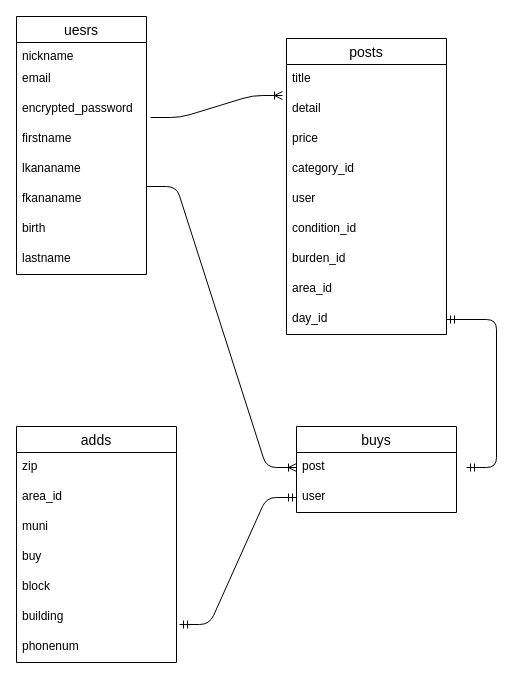
This is ER.dio from Kohei1204/furima-34284, a draw.io file, before an edit. Source tidied: cells renumbered, new cells numbered last; positions are measured from the earlier drawing's top-left corner, leaving out a move shared by most shapes. Both pictures are drawn from the tidied source at 100%, with x=0, y=0 at pixel (16, 16).
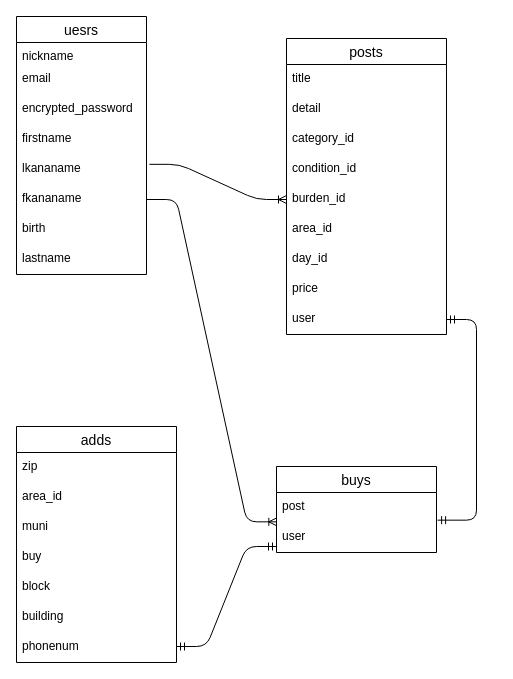
Above is the later version.

Commit message:
er図のエラーの修正

Unchanged cells that the change refers to:
```xml
<mxCell id="5" value="encrypted_password" style="text;strokeColor=none;fillColor=none;spacingLeft=4;spacingRight=4;overflow=hidden;points=[[0,0.5],[1,0.5]];portConstraint=eastwest;fontSize=12;" parent="2" vertex="1">
  <mxGeometry y="78" width="130" height="30" as="geometry" />
</mxCell>
<mxCell id="7" value="lkananame" style="text;strokeColor=none;fillColor=none;spacingLeft=4;spacingRight=4;overflow=hidden;points=[[0,0.5],[1,0.5]];portConstraint=eastwest;fontSize=12;align=left;verticalAlign=top;" parent="2" vertex="1">
  <mxGeometry y="138" width="130" height="30" as="geometry" />
</mxCell>
<mxCell id="8" value="fkananame" style="text;strokeColor=none;fillColor=none;spacingLeft=4;spacingRight=4;overflow=hidden;points=[[0,0.5],[1,0.5]];portConstraint=eastwest;fontSize=12;align=left;verticalAlign=top;" parent="2" vertex="1">
  <mxGeometry y="168" width="130" height="30" as="geometry" />
</mxCell>
<mxCell id="17" value="building" style="text;strokeColor=none;fillColor=none;spacingLeft=4;spacingRight=4;overflow=hidden;points=[[0,0.5],[1,0.5]];portConstraint=eastwest;fontSize=12;align=left;verticalAlign=top;" parent="11" vertex="1">
  <mxGeometry y="176" width="160" height="30" as="geometry" />
</mxCell>
<mxCell id="19" value="posts" style="swimlane;fontStyle=0;horizontal=1;startSize=26;align=center;fontSize=14;" parent="1" vertex="1">
  <mxGeometry x="270" y="22" width="160" height="296" as="geometry" />
</mxCell>
<mxCell id="21" value="detail" style="text;strokeColor=none;fillColor=none;spacingLeft=4;spacingRight=4;overflow=hidden;points=[[0,0.5],[1,0.5]];portConstraint=eastwest;fontSize=12;" parent="19" vertex="1">
  <mxGeometry y="56" width="160" height="30" as="geometry" />
</mxCell>
<mxCell id="33" value="post" style="text;strokeColor=none;fillColor=none;spacingLeft=4;spacingRight=4;overflow=hidden;points=[[0,0.5],[1,0.5]];portConstraint=eastwest;fontSize=12;" parent="32" vertex="1">
  <mxGeometry y="26" width="160" height="30" as="geometry" />
</mxCell>
<mxCell id="34" value="user" style="text;strokeColor=none;fillColor=none;spacingLeft=4;spacingRight=4;overflow=hidden;points=[[0,0.5],[1,0.5]];portConstraint=eastwest;fontSize=12;" parent="32" vertex="1">
  <mxGeometry y="56" width="160" height="30" as="geometry" />
</mxCell>
```

What changed in the source:
```diff
@@
-    <mxCell id="22" value="price" style="text;strokeColor=none;fillColor=none;spacingLeft=4;spacingRight=4;overflow=hidden;fontSize=12;align=left;verticalAlign=top;" parent="19" vertex="1">
-      <mxGeometry y="86" width="160" height="30" as="geometry" />
-    </mxCell>
     <mxCell id="23" value="category_id" style="text;strokeColor=none;fillColor=none;spacingLeft=4;spacingRight=4;overflow=hidden;fontSize=12;align=left;verticalAlign=top;" parent="19" vertex="1">
-      <mxGeometry y="116" width="160" height="30" as="geometry" />
+      <mxGeometry y="86" width="160" height="30" as="geometry" />
     </mxCell>
-    <mxCell id="24" value="user" style="text;strokeColor=none;fillColor=none;spacingLeft=4;spacingRight=4;overflow=hidden;points=[[0,0.5],[1,0.5]];portConstraint=eastwest;fontSize=12;rounded=0;align=left;verticalAlign=top;" parent="19" vertex="1">
-      <mxGeometry y="146" width="160" height="30" as="geometry" />
-    </mxCell>
-    <mxCell id="25" value="condition_id" style="text;strokeColor=none;fillColor=none;spacingLeft=4;spacingRight=4;overflow=hidden;fontSize=12;align=left;verticalAlign=top;" parent="19" vertex="1">
-      <mxGeometry y="176" width="160" height="30" as="geometry" />
+    <mxCell id="25" value="condition_id" style="text;strokeColor=none;fillColor=none;spacingLeft=4;spacingRight=4;overflow=hidden;fontSize=12;align=left;verticalAlign=top;rounded=0;" parent="19" vertex="1">
+      <mxGeometry y="116" width="160" height="30" as="geometry" />
     </mxCell>
-    <mxCell id="26" value="burden_id" style="text;strokeColor=none;fillColor=none;spacingLeft=4;spacingRight=4;overflow=hidden;points=[[0,0.5],[1,0.5]];portConstraint=eastwest;fontSize=12;align=left;verticalAlign=top;" parent="19" vertex="1">
-      <mxGeometry y="206" width="160" height="30" as="geometry" />
+    <mxCell id="26" value="burden_id" style="text;strokeColor=none;fillColor=none;spacingLeft=4;spacingRight=4;overflow=hidden;points=[[0,0.5],[1,0.5]];portConstraint=eastwest;fontSize=12;rounded=0;align=left;verticalAlign=top;" parent="19" vertex="1">
+      <mxGeometry y="146" width="160" height="30" as="geometry" />
     </mxCell>
-    <mxCell id="27" value="area_id" style="text;strokeColor=none;fillColor=none;spacingLeft=4;spacingRight=4;overflow=hidden;fontSize=12;align=left;verticalAlign=top;" parent="19" vertex="1">
-      <mxGeometry y="236" width="160" height="30" as="geometry" />
+    <mxCell id="27" value="area_id" style="text;strokeColor=none;fillColor=none;spacingLeft=4;spacingRight=4;overflow=hidden;fontSize=12;rounded=0;align=left;verticalAlign=top;" parent="19" vertex="1">
+      <mxGeometry y="176" width="160" height="30" as="geometry" />
     </mxCell>
-    <mxCell id="28" value="day_id" style="text;strokeColor=none;fillColor=none;spacingLeft=4;spacingRight=4;overflow=hidden;points=[[0,0.5],[1,0.5]];portConstraint=eastwest;fontSize=12;align=left;verticalAlign=top;" parent="19" vertex="1">
-      <mxGeometry y="266" width="160" height="30" as="geometry" />
+    <mxCell id="28" value="day_id" style="text;strokeColor=none;fillColor=none;spacingLeft=4;spacingRight=4;overflow=hidden;points=[[0,0.5],[1,0.5]];portConstraint=eastwest;fontSize=12;rounded=0;align=left;verticalAlign=top;" parent="19" vertex="1">
+      <mxGeometry y="206" width="160" height="30" as="geometry" />
     </mxCell>
-    <mxCell id="29" style="edgeStyle=entityRelationEdgeStyle;fontSize=12;html=1;endArrow=ERmandOne;startArrow=ERmandOne;" parent="1" edge="1" target="28">
-      <mxGeometry relative="1" as="geometry">
-        <mxPoint x="450" y="451" as="sourcePoint" />
-      </mxGeometry>
-    </mxCell>
-    <mxCell id="30" style="edgeStyle=entityRelationEdgeStyle;fontSize=12;html=1;endArrow=ERoneToMany;entryX=-0.025;entryY=0.033;entryDx=0;entryDy=0;entryPerimeter=0;exitX=1.031;exitY=0.767;exitDx=0;exitDy=0;exitPerimeter=0;" parent="1" edge="1" source="5" target="21">
-      <mxGeometry relative="1" as="geometry" />
-    </mxCell>
-    <mxCell id="31" style="edgeStyle=entityRelationEdgeStyle;fontSize=12;html=1;endArrow=ERmandOne;startArrow=ERmandOne;entryX=0;entryY=0.5;entryDx=0;entryDy=0;exitX=1.019;exitY=0.733;exitDx=0;exitDy=0;exitPerimeter=0;" parent="1" edge="1" source="17" target="34">
-      <mxGeometry relative="1" as="geometry" />
-    </mxCell>
+    <mxCell id="22" value="price" style="text;strokeColor=none;fillColor=none;spacingLeft=4;spacingRight=4;overflow=hidden;fontSize=12;align=left;verticalAlign=top;" parent="19" vertex="1">
+      <mxGeometry y="236" width="160" height="30" as="geometry" />
+    </mxCell>
+    <mxCell id="24" value="user" style="text;strokeColor=none;fillColor=none;spacingLeft=4;spacingRight=4;overflow=hidden;points=[[0,0.5],[1,0.5]];portConstraint=eastwest;fontSize=12;rounded=0;align=left;verticalAlign=top;" parent="19" vertex="1">
+      <mxGeometry y="266" width="160" height="30" as="geometry" />
+    </mxCell>
-    <mxCell id="32" value="buys" style="swimlane;fontStyle=0;horizontal=1;startSize=26;align=center;fontSize=14;" parent="1" vertex="1">
-      <mxGeometry x="280" y="410" width="160" height="86" as="geometry" />
+    <mxCell id="32" value="buys" style="swimlane;fontStyle=0;horizontal=1;startSize=26;align=center;fontSize=14;rounded=0;" parent="1" vertex="1">
+      <mxGeometry x="260" y="450" width="160" height="86" as="geometry" />
     </mxCell>
@@
-    <mxCell id="35" style="edgeStyle=entityRelationEdgeStyle;fontSize=12;html=1;endArrow=ERoneToMany;entryX=0;entryY=0.5;entryDx=0;entryDy=0;" parent="1" edge="1" target="33">
-      <mxGeometry relative="1" as="geometry">
-        <mxPoint x="130" y="170" as="sourcePoint" />
-      </mxGeometry>
-    </mxCell>
+    <mxCell id="36" style="edgeStyle=entityRelationEdgeStyle;fontSize=12;html=1;endArrow=ERoneToMany;exitX=1;exitY=0.5;exitDx=0;exitDy=0;entryX=0.002;entryY=-0.022;entryDx=0;entryDy=0;entryPerimeter=0;" parent="1" edge="1" source="8" target="34">
+      <mxGeometry relative="1" as="geometry" />
+    </mxCell>
+    <mxCell id="37" style="edgeStyle=entityRelationEdgeStyle;fontSize=12;html=1;endArrow=ERmandOne;startArrow=ERmandOne;exitX=1.007;exitY=-0.078;exitDx=0;exitDy=0;exitPerimeter=0;" parent="1" edge="1" source="34" target="24">
+      <mxGeometry relative="1" as="geometry" />
+    </mxCell>
+    <mxCell id="38" style="edgeStyle=entityRelationEdgeStyle;fontSize=12;html=1;endArrow=ERmandOne;startArrow=ERmandOne;" parent="1" edge="1">
+      <mxGeometry relative="1" as="geometry">
+        <mxPoint x="160" y="630" as="sourcePoint" />
+        <mxPoint x="260" y="530" as="targetPoint" />
+      </mxGeometry>
+    </mxCell>
+    <mxCell id="39" style="edgeStyle=entityRelationEdgeStyle;fontSize=12;html=1;endArrow=ERoneToMany;exitX=1.022;exitY=0.328;exitDx=0;exitDy=0;exitPerimeter=0;entryX=0;entryY=0.5;entryDx=0;entryDy=0;" parent="1" edge="1" source="7" target="26">
+      <mxGeometry relative="1" as="geometry" />
+    </mxCell>
```
